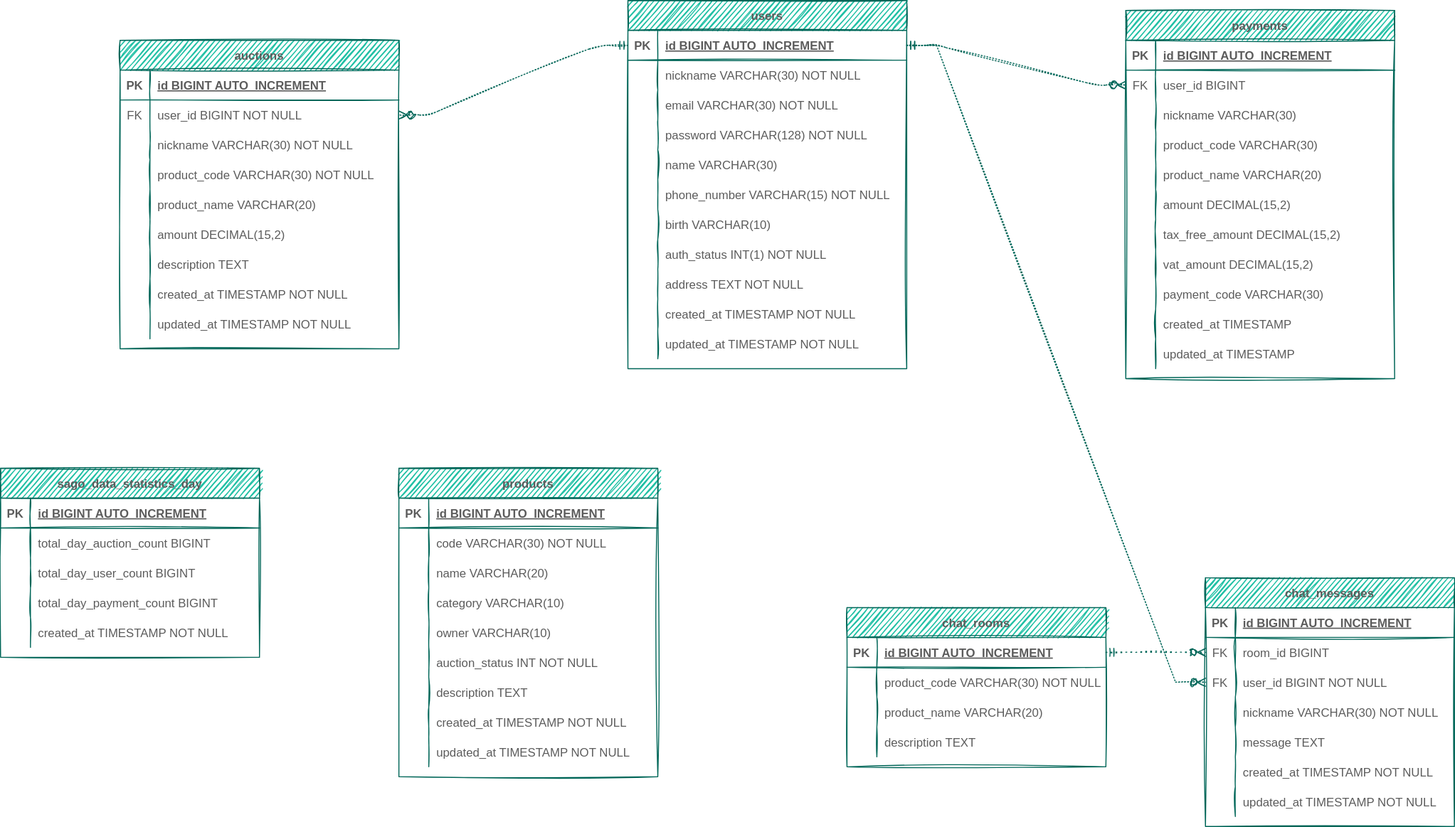
Before: sago_database_schema.drawio.svg, a diagram exported from draw.io (AnneMayor/TestRepository). Source tidied: cells renumbered, new cells last; positions are measured from the earlier drawing's top-left corner, leaving out a move shared by most shapes.
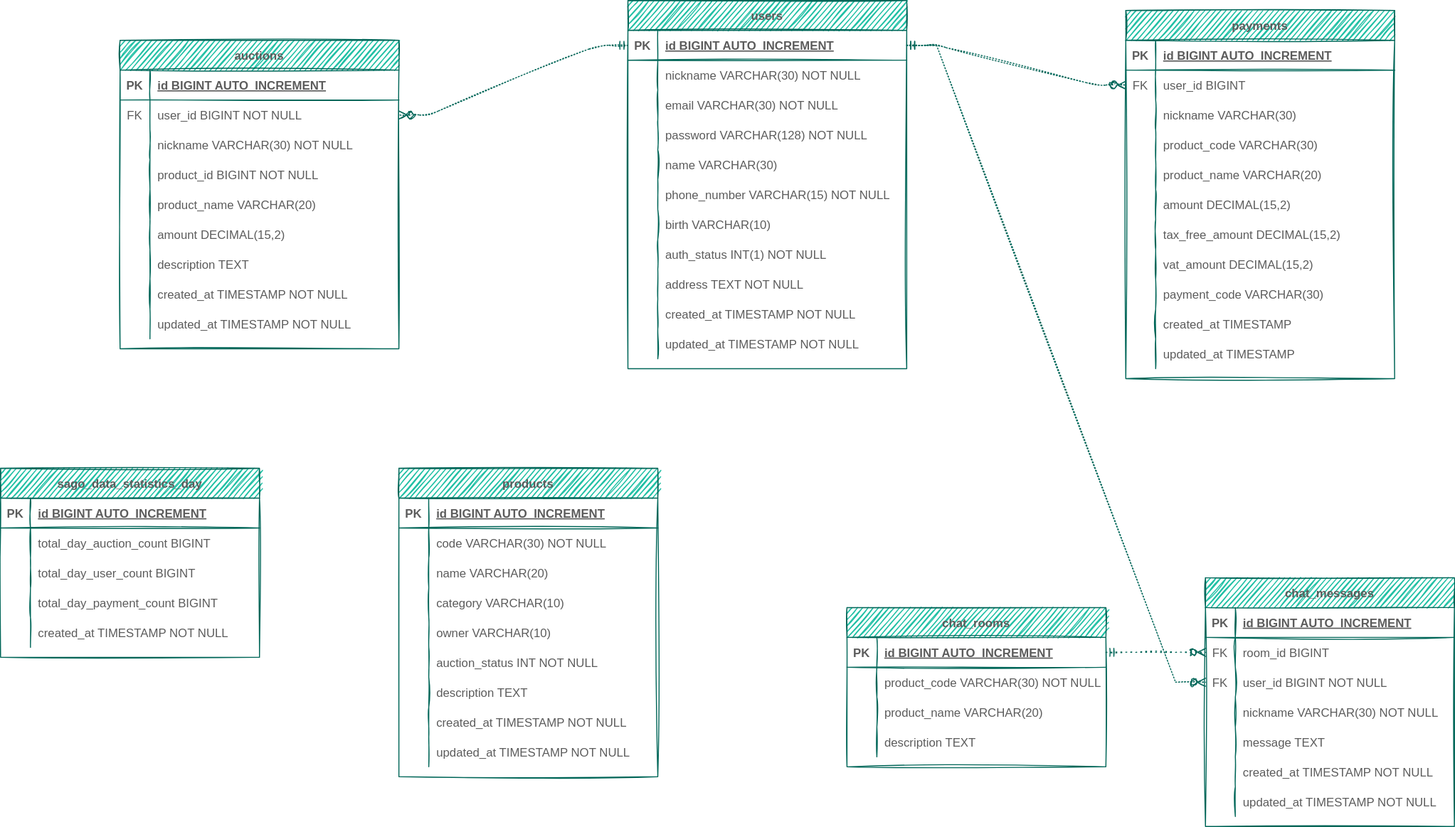
The same file after the commit.

Diff of the diagram source:
```diff
@@ -38,7 +38,7 @@
     <mxCell id="13" style="shape=partialRectangle;overflow=hidden;fillColor=none;top=0;left=0;bottom=0;right=0;sketch=1;strokeColor=#006658;fontColor=#5C5C5C;" parent="12" vertex="1">
       <mxGeometry width="30" height="30" as="geometry" />
     </mxCell>
-    <mxCell id="14" value="product_code VARCHAR(30) NOT NULL" style="shape=partialRectangle;overflow=hidden;fillColor=none;top=0;left=0;bottom=0;right=0;align=left;spacingLeft=6;sketch=1;strokeColor=#006658;fontColor=#5C5C5C;" parent="12" vertex="1">
+    <mxCell id="14" value="product_id BIGINT NOT NULL" style="shape=partialRectangle;overflow=hidden;fillColor=none;top=0;left=0;bottom=0;right=0;align=left;spacingLeft=6;sketch=1;strokeColor=#006658;fontColor=#5C5C5C;" parent="12" vertex="1">
       <mxGeometry x="30" width="250" height="30" as="geometry" />
     </mxCell>
     <mxCell id="15" style="shape=partialRectangle;fillColor=none;top=0;left=0;right=0;bottom=0;sketch=1;strokeColor=#006658;fontColor=#5C5C5C;" parent="2" vertex="1">
```
